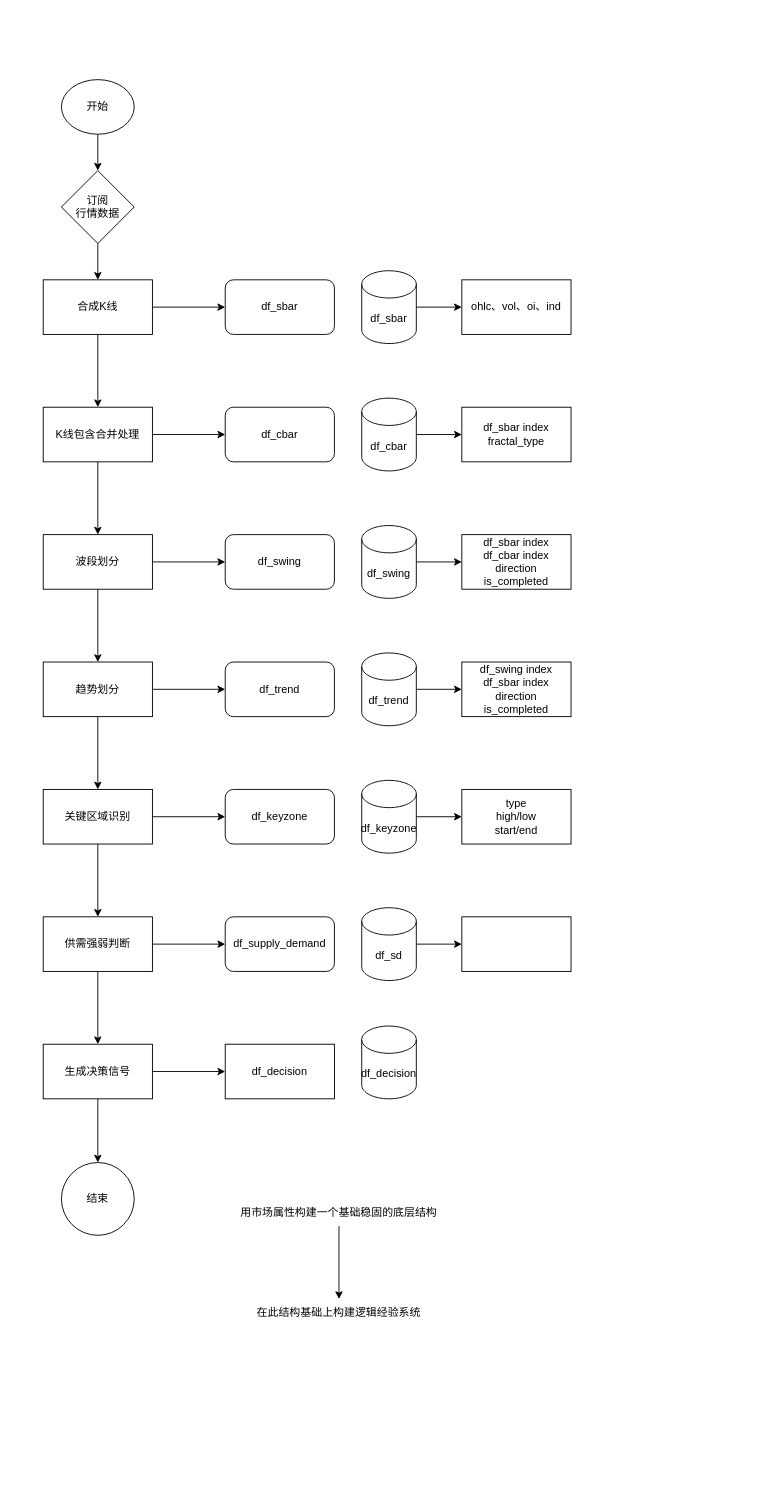
The draw.io diagram page "Pulao" (1 of 9) of docs/followchart.drawio in ligl/pulao, before the edit. Source tidied: cells renumbered, new cells numbered last; positions are measured from the earlier drawing's top-left corner, leaving out a move shared by most shapes. Both pictures are drawn from the tidied source at 91%, with x=0, y=0 at pixel (43, 79).
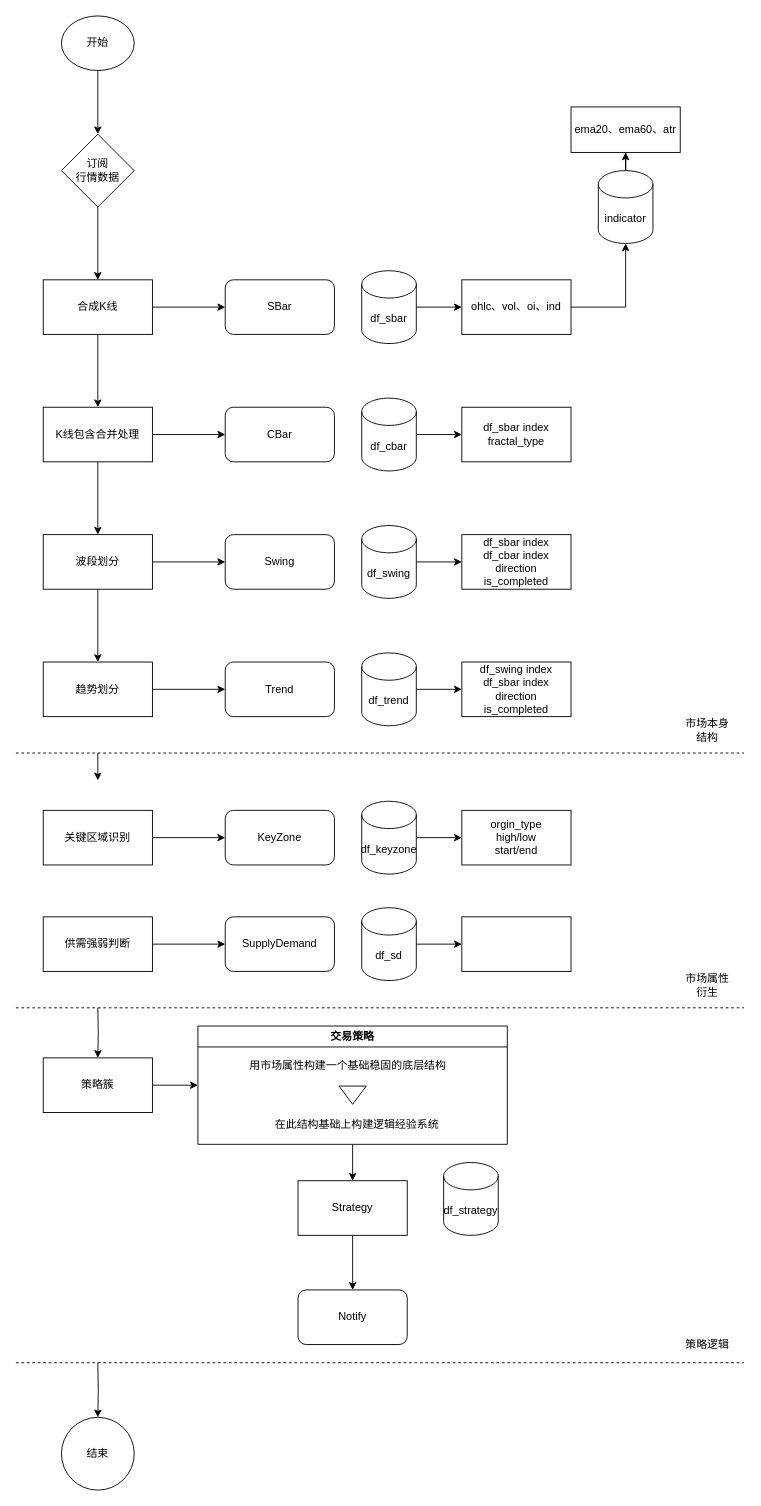
The same page after the edit.

The change refers to these unchanged cells:
```xml
<mxCell id="25" value="ohlc、vol、oi、ind" style="whiteSpace=wrap;html=1;" parent="1" vertex="1">
  <mxGeometry x="460" y="220" width="120" height="60" as="geometry" />
</mxCell>
<mxCell id="31" value="趋势划分" style="whiteSpace=wrap;html=1;" parent="1" vertex="1">
  <mxGeometry y="640" width="120" height="60" as="geometry" />
</mxCell>
<mxCell id="43" value="供需强弱判断" style="whiteSpace=wrap;html=1;" parent="1" vertex="1">
  <mxGeometry y="920" width="120" height="60" as="geometry" />
</mxCell>
```

Change to the diagram source:
```diff
@@
     <mxCell id="3" value="开始" style="ellipse;whiteSpace=wrap;html=1;" parent="1" vertex="1">
-      <mxGeometry x="20" width="80" height="60" as="geometry" />
+      <mxGeometry x="20" y="-70" width="80" height="60" as="geometry" />
     </mxCell>
@@
     <mxCell id="5" value="订阅&lt;br&gt;&lt;div&gt;行情数据&lt;/div&gt;" style="rhombus;whiteSpace=wrap;html=1;" parent="1" vertex="1">
-      <mxGeometry x="20" y="100" width="80" height="80" as="geometry" />
+      <mxGeometry x="20" y="60" width="80" height="80" as="geometry" />
     </mxCell>
@@
-    <mxCell id="15" value="df_cbar" style="rounded=1;whiteSpace=wrap;html=1;" parent="1" vertex="1">
+    <mxCell id="15" value="CBar" style="rounded=1;whiteSpace=wrap;html=1;" parent="1" vertex="1">
       <mxGeometry x="200" y="360" width="120" height="60" as="geometry" />
     </mxCell>
-    <mxCell id="16" value="df_sbar" style="rounded=1;whiteSpace=wrap;html=1;" parent="1" vertex="1">
+    <mxCell id="16" value="SBar" style="rounded=1;whiteSpace=wrap;html=1;" parent="1" vertex="1">
       <mxGeometry x="200" y="220" width="120" height="60" as="geometry" />
     </mxCell>
@@
+    <mxCell id="57" style="edgeStyle=orthogonalEdgeStyle;rounded=0;jettySize=auto;html=1;entryX=0.5;entryY=1;entryDx=0;entryDy=0;entryPerimeter=0;" parent="1" edge="1" source="25" target="70">
+      <mxGeometry relative="1" as="geometry" />
+    </mxCell>
@@
-    <mxCell id="27" value="df_swing" style="rounded=1;whiteSpace=wrap;html=1;" parent="1" vertex="1">
+    <mxCell id="27" value="Swing" style="rounded=1;whiteSpace=wrap;html=1;" parent="1" vertex="1">
       <mxGeometry x="200" y="500" width="120" height="60" as="geometry" />
     </mxCell>
@@
-    <mxCell id="30" style="edgeStyle=orthogonalEdgeStyle;rounded=0;jettySize=auto;html=1;" parent="1" edge="1" source="31" target="36">
-      <mxGeometry relative="1" as="geometry" />
+    <mxCell id="30" style="edgeStyle=orthogonalEdgeStyle;rounded=0;orthogonalLoop=1;jettySize=auto;html=1;" parent="1" edge="1">
+      <mxGeometry relative="1" as="geometry">
+        <mxPoint x="60" y="740" as="sourcePoint" />
+        <mxPoint x="60" y="770" as="targetPoint" />
+      </mxGeometry>
     </mxCell>
@@
-    <mxCell id="32" value="df_trend" style="rounded=1;whiteSpace=wrap;html=1;" parent="1" vertex="1">
+    <mxCell id="32" value="Trend" style="rounded=1;whiteSpace=wrap;html=1;" parent="1" vertex="1">
       <mxGeometry x="200" y="640" width="120" height="60" as="geometry" />
     </mxCell>
@@
-    <mxCell id="35" style="edgeStyle=orthogonalEdgeStyle;rounded=0;jettySize=auto;html=1;" parent="1" edge="1" source="36" target="43">
-      <mxGeometry relative="1" as="geometry" />
-    </mxCell>
     <mxCell id="36" value="关键区域识别" style="whiteSpace=wrap;html=1;" parent="1" vertex="1">
-      <mxGeometry y="780" width="120" height="60" as="geometry" />
+      <mxGeometry y="803" width="120" height="60" as="geometry" />
     </mxCell>
-    <mxCell id="37" value="df_keyzone" style="rounded=1;whiteSpace=wrap;html=1;" parent="1" vertex="1">
-      <mxGeometry x="200" y="780" width="120" height="60" as="geometry" />
+    <mxCell id="37" value="KeyZone" style="rounded=1;whiteSpace=wrap;html=1;" parent="1" vertex="1">
+      <mxGeometry x="200" y="803" width="120" height="60" as="geometry" />
     </mxCell>
@@
     <mxCell id="39" value="df_keyzone" style="shape=cylinder3;whiteSpace=wrap;html=1;boundedLbl=1;backgroundOutline=1;size=15;" parent="1" vertex="1">
-      <mxGeometry x="350" y="770" width="60" height="80" as="geometry" />
+      <mxGeometry x="350" y="793" width="60" height="80" as="geometry" />
     </mxCell>
-    <mxCell id="40" value="type&lt;div&gt;high/low&lt;/div&gt;&lt;div&gt;start/end&lt;/div&gt;" style="whiteSpace=wrap;html=1;" parent="1" vertex="1">
-      <mxGeometry x="460" y="780" width="120" height="60" as="geometry" />
+    <mxCell id="40" value="orgin_type&lt;div&gt;high/low&lt;/div&gt;&lt;div&gt;start/end&lt;/div&gt;" style="whiteSpace=wrap;html=1;" parent="1" vertex="1">
+      <mxGeometry x="460" y="803" width="120" height="60" as="geometry" />
     </mxCell>
@@
-    <mxCell id="42" style="edgeStyle=orthogonalEdgeStyle;rounded=0;jettySize=auto;html=1;" parent="1" edge="1" source="43" target="50">
-      <mxGeometry relative="1" as="geometry" />
+    <mxCell id="42" style="edgeStyle=orthogonalEdgeStyle;rounded=0;jettySize=auto;html=1;" parent="1" edge="1" target="50">
+      <mxGeometry relative="1" as="geometry">
+        <mxPoint x="60" y="1020" as="sourcePoint" />
+      </mxGeometry>
     </mxCell>
@@
-    <mxCell id="44" value="df_supply_demand" style="rounded=1;whiteSpace=wrap;html=1;" parent="1" vertex="1">
+    <mxCell id="44" value="SupplyDemand" style="rounded=1;whiteSpace=wrap;html=1;" parent="1" vertex="1">
       <mxGeometry x="200" y="920" width="120" height="60" as="geometry" />
     </mxCell>
@@
-    <mxCell id="48" style="edgeStyle=orthogonalEdgeStyle;rounded=0;jettySize=auto;html=1;" parent="1" edge="1" source="50" target="51">
-      <mxGeometry relative="1" as="geometry" />
-    </mxCell>
-    <mxCell id="49" style="edgeStyle=orthogonalEdgeStyle;rounded=0;jettySize=auto;html=1;" parent="1" edge="1" source="50" target="56">
-      <mxGeometry relative="1" as="geometry" />
+    <mxCell id="49" style="edgeStyle=orthogonalEdgeStyle;rounded=0;jettySize=auto;html=1;entryX=0.5;entryY=0;entryDx=0;entryDy=0;" parent="1" edge="1" target="56">
+      <mxGeometry relative="1" as="geometry">
+        <mxPoint x="60" y="1410" as="sourcePoint" />
+      </mxGeometry>
     </mxCell>
+    <mxCell id="58" style="edgeStyle=orthogonalEdgeStyle;rounded=0;jettySize=auto;html=1;exitX=1;exitY=0.5;exitDx=0;exitDy=0;entryX=0;entryY=0.5;entryDx=0;entryDy=0;" parent="1" edge="1" source="50" target="65">
+      <mxGeometry relative="1" as="geometry" />
+    </mxCell>
-    <mxCell id="50" value="生成决策信号" style="whiteSpace=wrap;html=1;" parent="1" vertex="1">
-      <mxGeometry y="1060" width="120" height="60" as="geometry" />
+    <mxCell id="50" value="策略簇" style="whiteSpace=wrap;html=1;" parent="1" vertex="1">
+      <mxGeometry y="1075" width="120" height="60" as="geometry" />
     </mxCell>
+    <mxCell id="59" style="edgeStyle=orthogonalEdgeStyle;rounded=0;jettySize=auto;html=1;" parent="1" edge="1" source="51" target="72">
+      <mxGeometry relative="1" as="geometry" />
+    </mxCell>
-    <mxCell id="51" value="df_decision" style="whiteSpace=wrap;html=1;" parent="1" vertex="1">
-      <mxGeometry x="200" y="1060" width="120" height="60" as="geometry" />
+    <mxCell id="51" value="Strategy" style="whiteSpace=wrap;html=1;" parent="1" vertex="1">
+      <mxGeometry x="280" y="1210" width="120" height="60" as="geometry" />
     </mxCell>
-    <mxCell id="52" value="df_decision" style="shape=cylinder3;whiteSpace=wrap;html=1;boundedLbl=1;backgroundOutline=1;size=15;" parent="1" vertex="1">
-      <mxGeometry x="350" y="1040" width="60" height="80" as="geometry" />
+    <mxCell id="52" value="df_strategy" style="shape=cylinder3;whiteSpace=wrap;html=1;boundedLbl=1;backgroundOutline=1;size=15;" parent="1" vertex="1">
+      <mxGeometry x="440" y="1190" width="60" height="80" as="geometry" />
     </mxCell>
-    <mxCell id="53" style="edgeStyle=orthogonalEdgeStyle;rounded=0;jettySize=auto;html=1;" parent="1" edge="1" source="54" target="55">
-      <mxGeometry relative="1" as="geometry" />
-    </mxCell>
+    <mxCell id="56" value="结束" style="ellipse;whiteSpace=wrap;html=1;" parent="1" vertex="1">
+      <mxGeometry x="20" y="1470" width="80" height="80" as="geometry" />
+    </mxCell>
+    <mxCell id="60" style="endArrow=none;dashed=1;html=1;rounded=0;" parent="1" edge="1">
+      <mxGeometry relative="1" as="geometry">
+        <mxPoint x="-30" y="740" as="sourcePoint" />
+        <mxPoint x="770" y="740" as="targetPoint" />
+      </mxGeometry>
+    </mxCell>
+    <mxCell id="61" style="endArrow=none;dashed=1;html=1;rounded=0;" parent="1" edge="1">
+      <mxGeometry relative="1" as="geometry">
+        <mxPoint x="-30" y="1020" as="sourcePoint" />
+        <mxPoint x="770" y="1020" as="targetPoint" />
+      </mxGeometry>
+    </mxCell>
+    <mxCell id="62" value="市场本身结构" style="text;html=1;whiteSpace=wrap;strokeColor=none;fillColor=none;align=center;verticalAlign=middle;rounded=0;" parent="1" vertex="1">
+      <mxGeometry x="700" y="700" width="60" height="30" as="geometry" />
+    </mxCell>
+    <mxCell id="63" value="市场属性衍生" style="text;html=1;whiteSpace=wrap;strokeColor=none;fillColor=none;align=center;verticalAlign=middle;rounded=0;" parent="1" vertex="1">
+      <mxGeometry x="700" y="980" width="60" height="30" as="geometry" />
+    </mxCell>
+    <mxCell id="64" style="edgeStyle=orthogonalEdgeStyle;rounded=0;jettySize=auto;html=1;exitX=0.5;exitY=1;exitDx=0;exitDy=0;entryX=0.5;entryY=0;entryDx=0;entryDy=0;" parent="1" edge="1" source="65" target="51">
+      <mxGeometry relative="1" as="geometry" />
+    </mxCell>
+    <mxCell id="65" value="交易策略" style="swimlane;whiteSpace=wrap;html=1;" parent="1" vertex="1">
+      <mxGeometry x="170" y="1040" width="340" height="130" as="geometry" />
+    </mxCell>
-    <mxCell id="54" value="用市场属性构建一个基础稳固的底层结构" style="text;html=1;whiteSpace=wrap;strokeColor=none;fillColor=none;align=center;verticalAlign=middle;rounded=0;" parent="1" vertex="1">
-      <mxGeometry x="170" y="1230" width="310" height="30" as="geometry" />
+    <mxCell id="54" value="用市场属性构建一个基础稳固的底层结构" style="text;html=1;whiteSpace=wrap;strokeColor=none;fillColor=none;align=center;verticalAlign=middle;rounded=0;" parent="65" vertex="1">
+      <mxGeometry x="10" y="29" width="310" height="30" as="geometry" />
     </mxCell>
-    <mxCell id="55" value="在此结构基础上构建逻辑经验系统" style="text;html=1;whiteSpace=wrap;strokeColor=none;fillColor=none;align=center;verticalAlign=middle;rounded=0;" parent="1" vertex="1">
-      <mxGeometry x="170" y="1340" width="310" height="30" as="geometry" />
+    <mxCell id="55" value="在此结构基础上构建逻辑经验系统" style="text;html=1;whiteSpace=wrap;strokeColor=none;fillColor=none;align=center;verticalAlign=middle;rounded=0;" parent="65" vertex="1">
+      <mxGeometry x="20" y="94" width="310" height="30" as="geometry" />
     </mxCell>
-    <mxCell id="56" value="结束" style="ellipse;whiteSpace=wrap;html=1;" parent="1" vertex="1">
-      <mxGeometry x="20" y="1190" width="80" height="80" as="geometry" />
-    </mxCell>
+    <mxCell id="66" style="triangle;whiteSpace=wrap;html=1;rotation=90;" parent="65" vertex="1">
+      <mxGeometry x="160" y="61" width="20" height="30" as="geometry" />
+    </mxCell>
+    <mxCell id="67" style="endArrow=none;dashed=1;html=1;rounded=0;" parent="1" edge="1">
+      <mxGeometry relative="1" as="geometry">
+        <mxPoint x="-30" y="1410" as="sourcePoint" />
+        <mxPoint x="770" y="1410" as="targetPoint" />
+      </mxGeometry>
+    </mxCell>
+    <mxCell id="68" value="策略逻辑" style="text;html=1;whiteSpace=wrap;strokeColor=none;fillColor=none;align=center;verticalAlign=middle;rounded=0;" parent="1" vertex="1">
+      <mxGeometry x="700" y="1375" width="60" height="30" as="geometry" />
+    </mxCell>
+    <mxCell id="69" style="edgeStyle=orthogonalEdgeStyle;rounded=0;jettySize=auto;html=1;" parent="1" edge="1" source="70" target="71">
+      <mxGeometry relative="1" as="geometry" />
+    </mxCell>
+    <mxCell id="70" value="indicator" style="shape=cylinder3;whiteSpace=wrap;html=1;boundedLbl=1;backgroundOutline=1;size=15;" parent="1" vertex="1">
+      <mxGeometry x="610" y="100" width="60" height="80" as="geometry" />
+    </mxCell>
+    <mxCell id="71" value="ema20、ema60、atr" style="whiteSpace=wrap;html=1;" parent="1" vertex="1">
+      <mxGeometry x="580" y="30" width="120" height="50" as="geometry" />
+    </mxCell>
+    <mxCell id="72" value="Notify" style="whiteSpace=wrap;html=1;rounded=1;" parent="1" vertex="1">
+      <mxGeometry x="280" y="1330" width="120" height="60" as="geometry" />
+    </mxCell>
```
